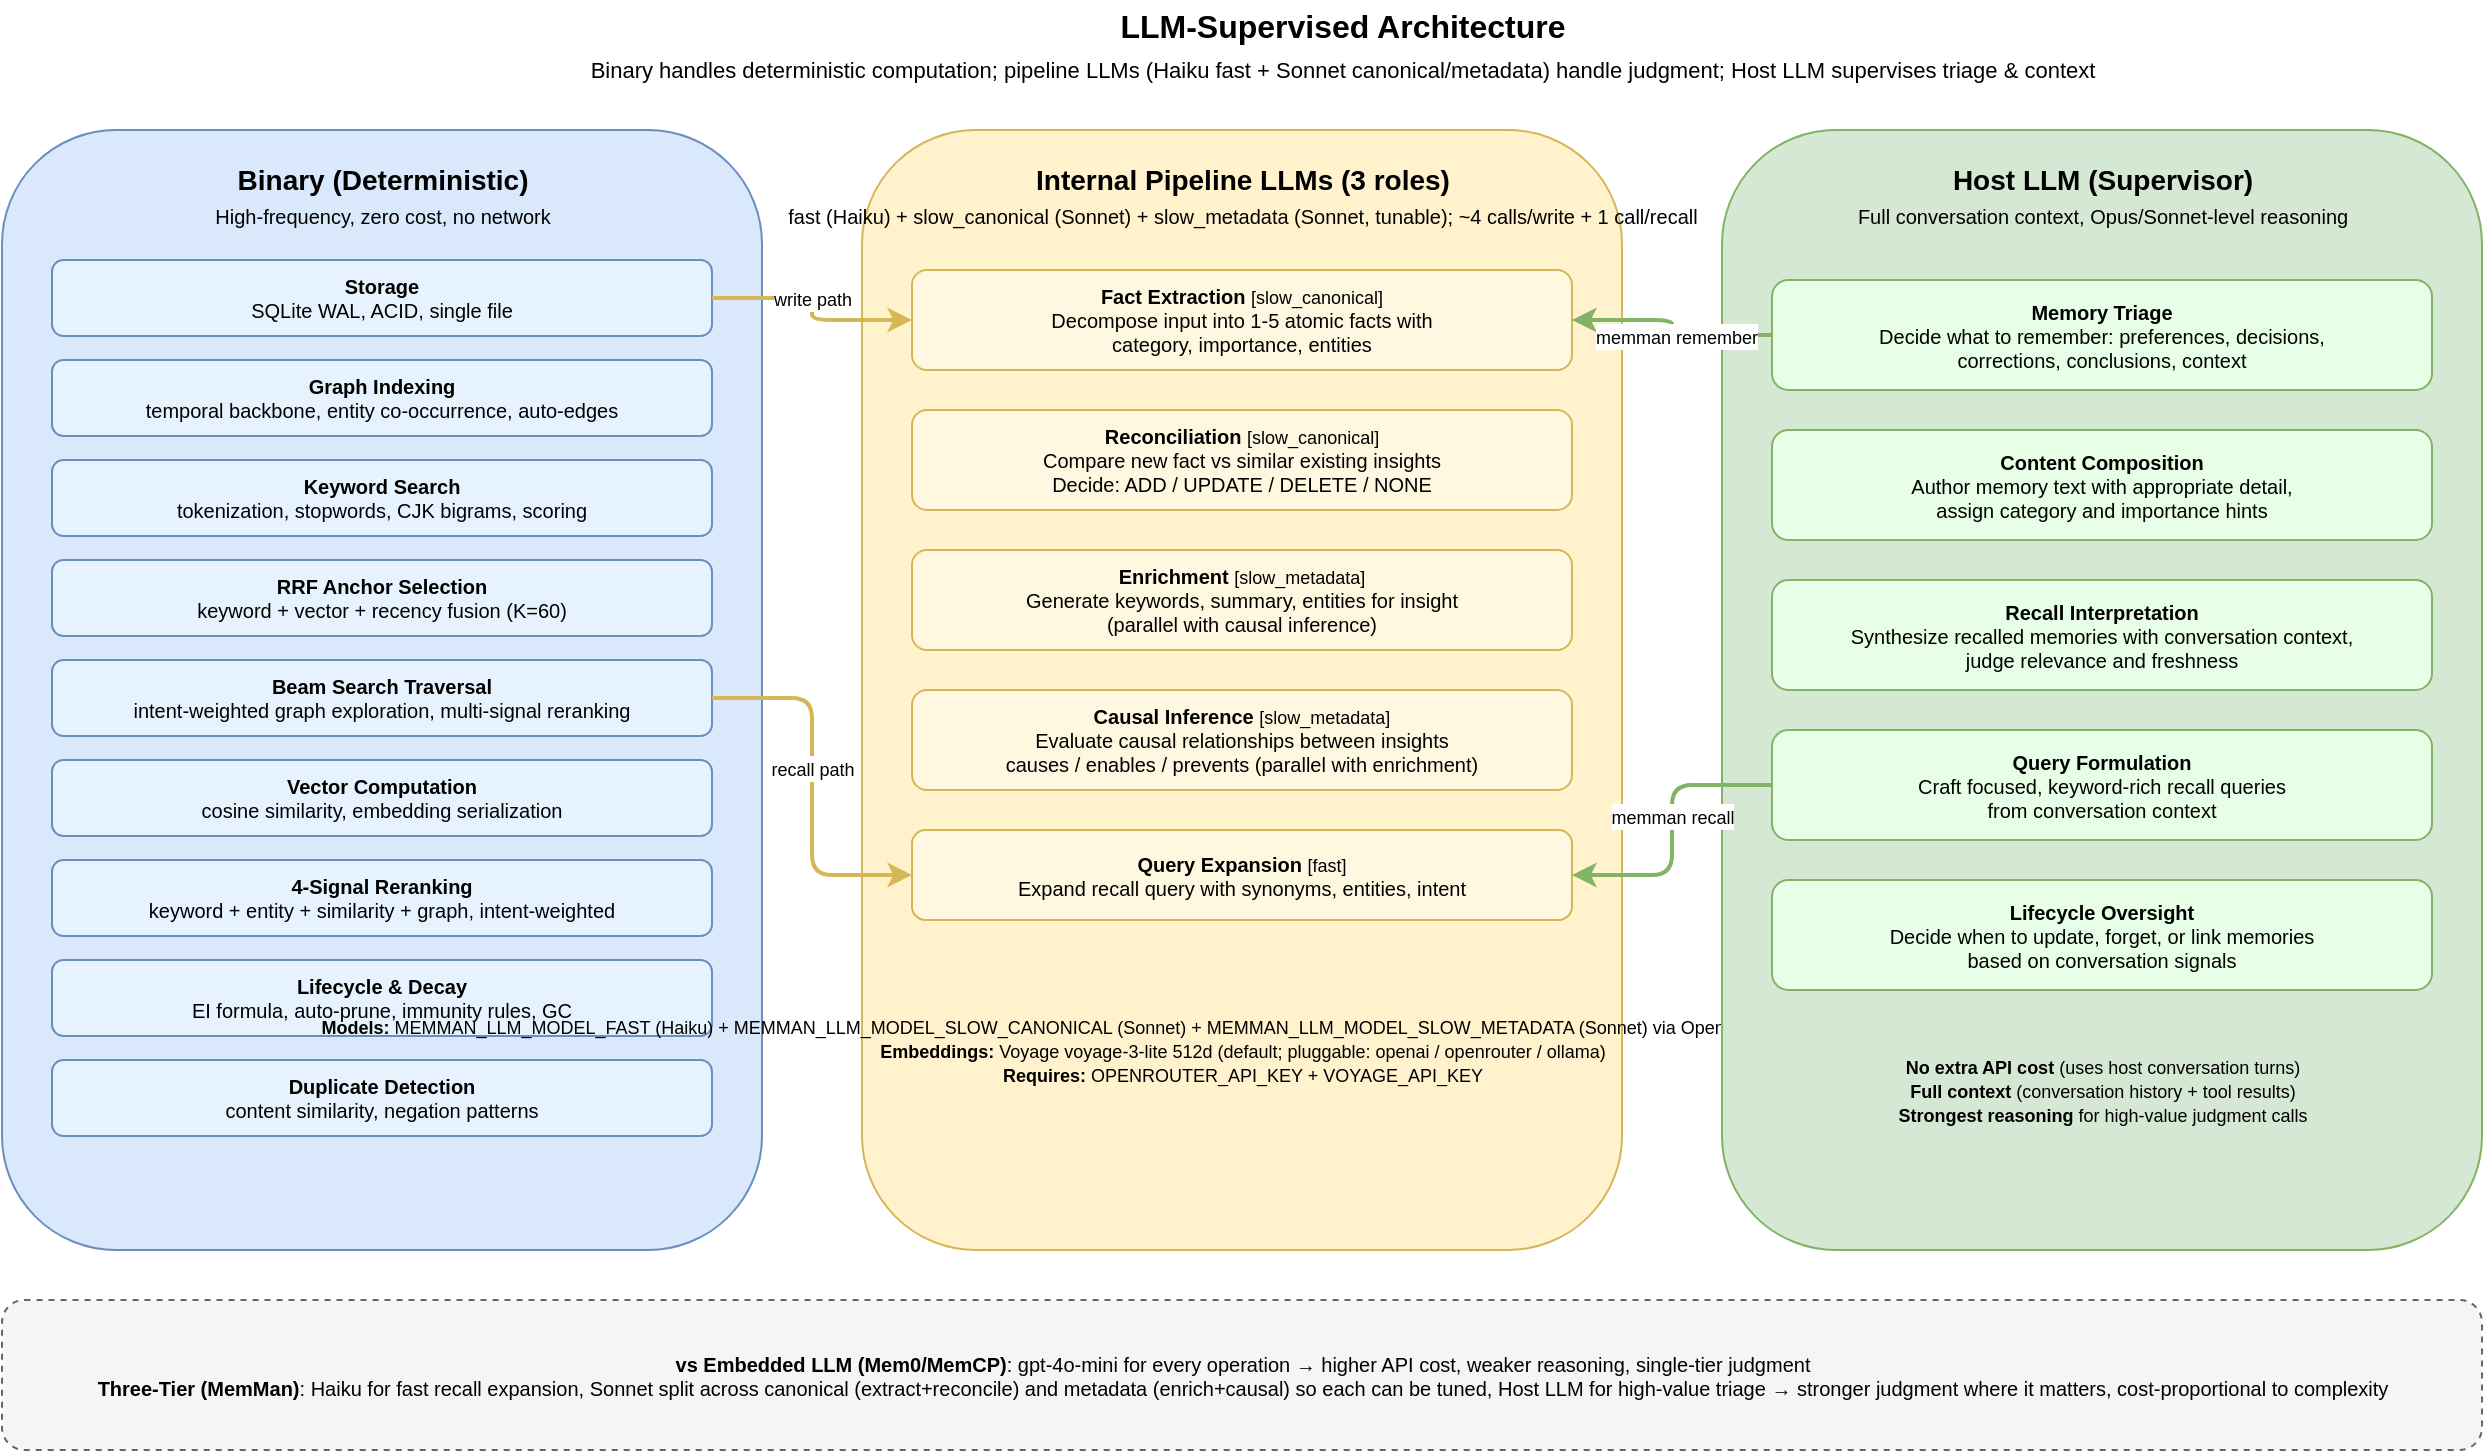
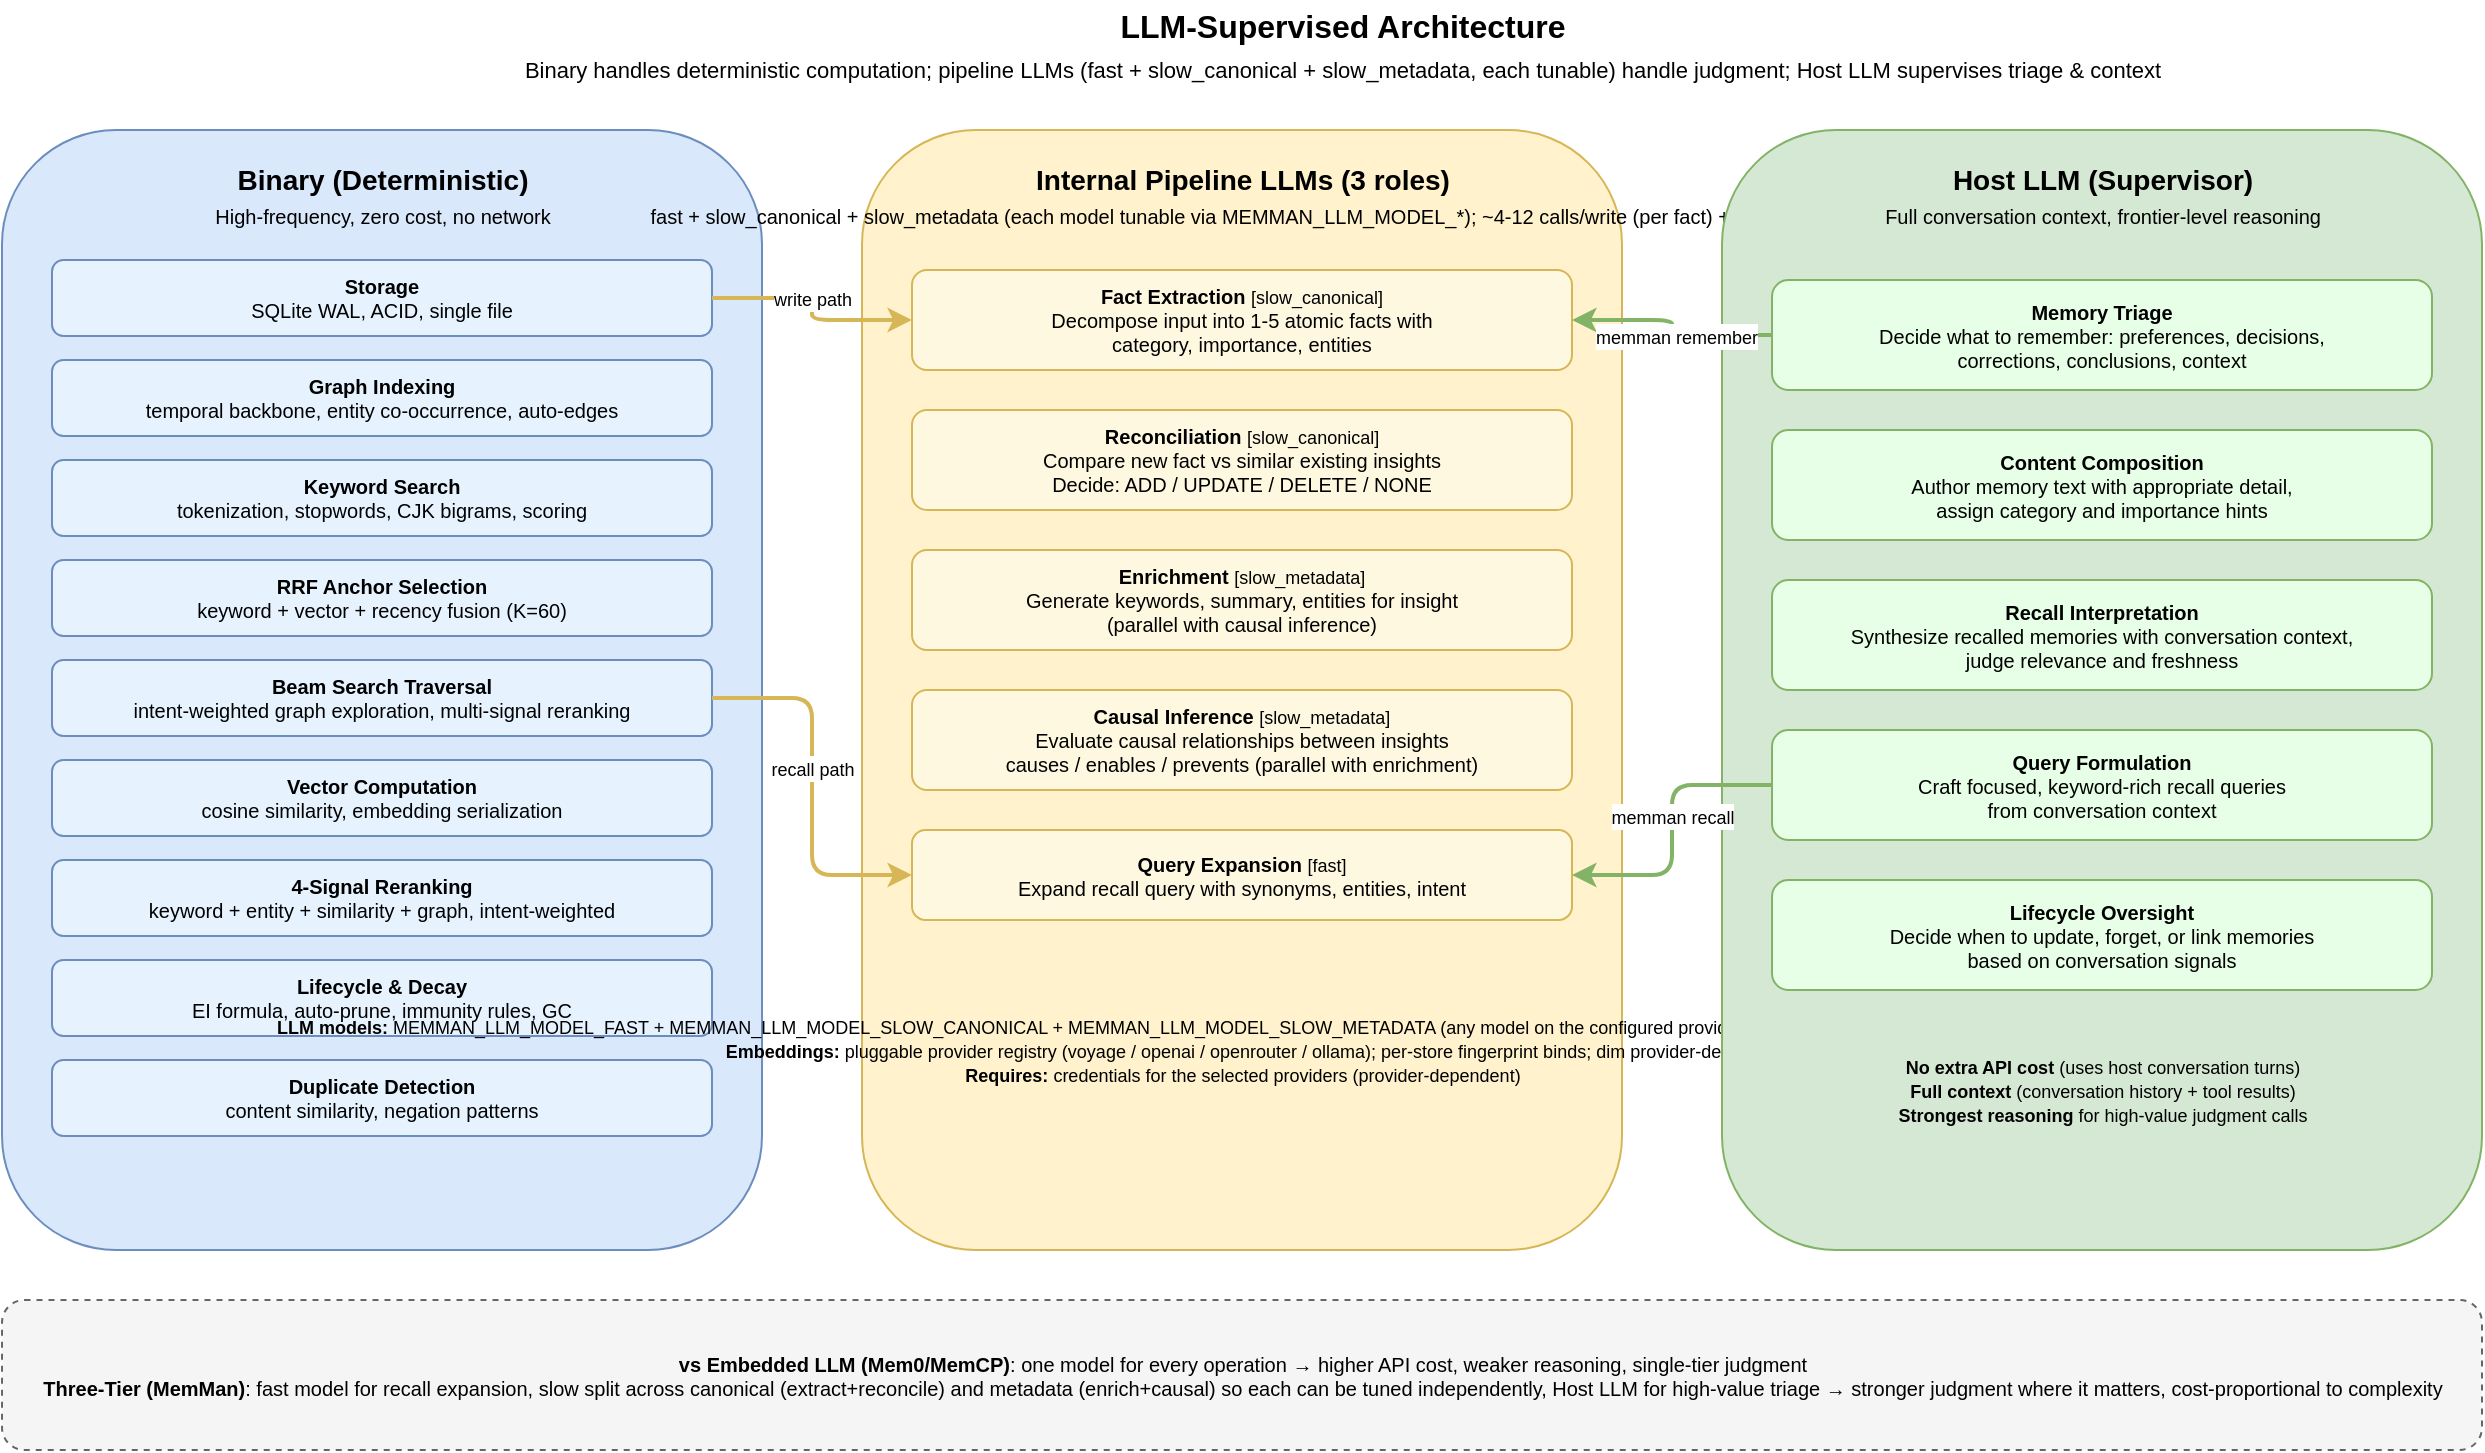
<mxfile host="app.diagrams.net" agent="Claude" version="24.0.0" type="device">
  <diagram id="llm-supervised" name="LLM-Supervised Architecture">
    <mxGraphModel dx="1522" dy="950" grid="1" gridSize="10" guides="1" tooltips="1" connect="1" arrows="1" fold="1" page="1" pageScale="1" pageWidth="1400" pageHeight="900" math="0" shadow="0">
      <root>
        <mxCell id="0" />
        <mxCell id="1" parent="0" />
-         <mxCell id="title" value="&lt;b&gt;LLM-Supervised Architecture&lt;/b&gt;&lt;br&gt;&lt;font style=&quot;font-size:11px&quot;&gt;Binary handles deterministic computation; pipeline LLMs (Haiku fast + Sonnet canonical/metadata) handle judgment; Host LLM supervises triage &amp;amp; context&lt;/font&gt;" style="text;html=1;align=center;verticalAlign=middle;fontSize=16;strokeColor=none;fillColor=none;" vertex="1" parent="1">
+         <mxCell id="title" value="&lt;b&gt;LLM-Supervised Architecture&lt;/b&gt;&lt;br&gt;&lt;font style=&quot;font-size:11px&quot;&gt;Binary handles deterministic computation; pipeline LLMs (fast + slow_canonical + slow_metadata, each tunable) handle judgment; Host LLM supervises triage &amp;amp; context&lt;/font&gt;" style="text;html=1;align=center;verticalAlign=middle;fontSize=16;strokeColor=none;fillColor=none;" vertex="1" parent="1">
          <mxGeometry x="150" y="10" width="1100" height="45" as="geometry" />
        </mxCell>

        <mxCell id="bin_box" value="" style="rounded=1;whiteSpace=wrap;html=1;fillColor=#dae8fc;strokeColor=#6c8ebf;verticalAlign=top;fontSize=11;" vertex="1" parent="1">
          <mxGeometry x="30" y="75" width="380" height="560" as="geometry" />
        </mxCell>
        <mxCell id="bin_title" value="&lt;b&gt;Binary (Deterministic)&lt;/b&gt;&lt;br&gt;&lt;font style=&quot;font-size:10px&quot;&gt;High-frequency, zero cost, no network&lt;/font&gt;" style="text;html=1;align=center;fontSize=14;fillColor=none;strokeColor=none;" vertex="1" parent="1">
          <mxGeometry x="55" y="85" width="330" height="40" as="geometry" />
        </mxCell>
        <mxCell id="b1" value="&lt;b&gt;Storage&lt;/b&gt;&lt;br&gt;SQLite WAL, ACID, single file" style="rounded=1;whiteSpace=wrap;html=1;fillColor=#E6F3FF;strokeColor=#6c8ebf;fontSize=10;" vertex="1" parent="1">
          <mxGeometry x="55" y="140" width="330" height="38" as="geometry" />
        </mxCell>
        <mxCell id="b2" value="&lt;b&gt;Graph Indexing&lt;/b&gt;&lt;br&gt;temporal backbone, entity co-occurrence, auto-edges" style="rounded=1;whiteSpace=wrap;html=1;fillColor=#E6F3FF;strokeColor=#6c8ebf;fontSize=10;" vertex="1" parent="1">
          <mxGeometry x="55" y="190" width="330" height="38" as="geometry" />
        </mxCell>
        <mxCell id="b3" value="&lt;b&gt;Keyword Search&lt;/b&gt;&lt;br&gt;tokenization, stopwords, CJK bigrams, scoring" style="rounded=1;whiteSpace=wrap;html=1;fillColor=#E6F3FF;strokeColor=#6c8ebf;fontSize=10;" vertex="1" parent="1">
          <mxGeometry x="55" y="240" width="330" height="38" as="geometry" />
        </mxCell>
        <mxCell id="b4" value="&lt;b&gt;RRF Anchor Selection&lt;/b&gt;&lt;br&gt;keyword + vector + recency fusion (K=60)" style="rounded=1;whiteSpace=wrap;html=1;fillColor=#E6F3FF;strokeColor=#6c8ebf;fontSize=10;" vertex="1" parent="1">
          <mxGeometry x="55" y="290" width="330" height="38" as="geometry" />
        </mxCell>
        <mxCell id="b5" value="&lt;b&gt;Beam Search Traversal&lt;/b&gt;&lt;br&gt;intent-weighted graph exploration, multi-signal reranking" style="rounded=1;whiteSpace=wrap;html=1;fillColor=#E6F3FF;strokeColor=#6c8ebf;fontSize=10;" vertex="1" parent="1">
          <mxGeometry x="55" y="340" width="330" height="38" as="geometry" />
        </mxCell>
        <mxCell id="b6" value="&lt;b&gt;Vector Computation&lt;/b&gt;&lt;br&gt;cosine similarity, embedding serialization" style="rounded=1;whiteSpace=wrap;html=1;fillColor=#E6F3FF;strokeColor=#6c8ebf;fontSize=10;" vertex="1" parent="1">
          <mxGeometry x="55" y="390" width="330" height="38" as="geometry" />
        </mxCell>
        <mxCell id="b7" value="&lt;b&gt;4-Signal Reranking&lt;/b&gt;&lt;br&gt;keyword + entity + similarity + graph, intent-weighted" style="rounded=1;whiteSpace=wrap;html=1;fillColor=#E6F3FF;strokeColor=#6c8ebf;fontSize=10;" vertex="1" parent="1">
          <mxGeometry x="55" y="440" width="330" height="38" as="geometry" />
        </mxCell>
        <mxCell id="b8" value="&lt;b&gt;Lifecycle &amp;amp; Decay&lt;/b&gt;&lt;br&gt;EI formula, auto-prune, immunity rules, GC" style="rounded=1;whiteSpace=wrap;html=1;fillColor=#E6F3FF;strokeColor=#6c8ebf;fontSize=10;" vertex="1" parent="1">
          <mxGeometry x="55" y="490" width="330" height="38" as="geometry" />
        </mxCell>
        <mxCell id="b9" value="&lt;b&gt;Duplicate Detection&lt;/b&gt;&lt;br&gt;content similarity, negation patterns" style="rounded=1;whiteSpace=wrap;html=1;fillColor=#E6F3FF;strokeColor=#6c8ebf;fontSize=10;" vertex="1" parent="1">
          <mxGeometry x="55" y="540" width="330" height="38" as="geometry" />
        </mxCell>

        <mxCell id="haiku_box" value="" style="rounded=1;whiteSpace=wrap;html=1;fillColor=#fff2cc;strokeColor=#d6b656;verticalAlign=top;fontSize=11;" vertex="1" parent="1">
          <mxGeometry x="460" y="75" width="380" height="560" as="geometry" />
        </mxCell>
-         <mxCell id="haiku_title" value="&lt;b&gt;Internal Pipeline LLMs (3 roles)&lt;/b&gt;&lt;br&gt;&lt;font style=&quot;font-size:10px&quot;&gt;fast (Haiku) + slow_canonical (Sonnet) + slow_metadata (Sonnet, tunable); ~4 calls/write + 1 call/recall&lt;/font&gt;" style="text;html=1;align=center;fontSize=14;fillColor=none;strokeColor=none;" vertex="1" parent="1">
+         <mxCell id="haiku_title" value="&lt;b&gt;Internal Pipeline LLMs (3 roles)&lt;/b&gt;&lt;br&gt;&lt;font style=&quot;font-size:10px&quot;&gt;fast + slow_canonical + slow_metadata (each model tunable via MEMMAN_LLM_MODEL_*); ~4-12 calls/write (per fact) + 1 call/recall&lt;/font&gt;" style="text;html=1;align=center;fontSize=14;fillColor=none;strokeColor=none;" vertex="1" parent="1">
          <mxGeometry x="485" y="85" width="330" height="40" as="geometry" />
        </mxCell>
        <mxCell id="h1" value="&lt;b&gt;Fact Extraction&lt;/b&gt; &lt;font style=&quot;font-size:9px&quot;&gt;[slow_canonical]&lt;/font&gt;&lt;br&gt;Decompose input into 1-5 atomic facts with&lt;br&gt;category, importance, entities" style="rounded=1;whiteSpace=wrap;html=1;fillColor=#FFF8E1;strokeColor=#d6b656;fontSize=10;" vertex="1" parent="1">
          <mxGeometry x="485" y="145" width="330" height="50" as="geometry" />
        </mxCell>
        <mxCell id="h2" value="&lt;b&gt;Reconciliation&lt;/b&gt; &lt;font style=&quot;font-size:9px&quot;&gt;[slow_canonical]&lt;/font&gt;&lt;br&gt;Compare new fact vs similar existing insights&lt;br&gt;Decide: ADD / UPDATE / DELETE / NONE" style="rounded=1;whiteSpace=wrap;html=1;fillColor=#FFF8E1;strokeColor=#d6b656;fontSize=10;" vertex="1" parent="1">
          <mxGeometry x="485" y="215" width="330" height="50" as="geometry" />
        </mxCell>
        <mxCell id="h3" value="&lt;b&gt;Enrichment&lt;/b&gt; &lt;font style=&quot;font-size:9px&quot;&gt;[slow_metadata]&lt;/font&gt;&lt;br&gt;Generate keywords, summary, entities for insight&lt;br&gt;(parallel with causal inference)" style="rounded=1;whiteSpace=wrap;html=1;fillColor=#FFF8E1;strokeColor=#d6b656;fontSize=10;" vertex="1" parent="1">
          <mxGeometry x="485" y="285" width="330" height="50" as="geometry" />
        </mxCell>
        <mxCell id="h4" value="&lt;b&gt;Causal Inference&lt;/b&gt; &lt;font style=&quot;font-size:9px&quot;&gt;[slow_metadata]&lt;/font&gt;&lt;br&gt;Evaluate causal relationships between insights&lt;br&gt;causes / enables / prevents (parallel with enrichment)" style="rounded=1;whiteSpace=wrap;html=1;fillColor=#FFF8E1;strokeColor=#d6b656;fontSize=10;" vertex="1" parent="1">
          <mxGeometry x="485" y="355" width="330" height="50" as="geometry" />
        </mxCell>
        <mxCell id="h5" value="&lt;b&gt;Query Expansion&lt;/b&gt; &lt;font style=&quot;font-size:9px&quot;&gt;[fast]&lt;/font&gt;&lt;br&gt;Expand recall query with synonyms, entities, intent" style="rounded=1;whiteSpace=wrap;html=1;fillColor=#FFF8E1;strokeColor=#d6b656;fontSize=10;" vertex="1" parent="1">
          <mxGeometry x="485" y="425" width="330" height="45" as="geometry" />
        </mxCell>

-         <mxCell id="haiku_note" value="&lt;font style=&quot;font-size:9px&quot;&gt;&lt;b&gt;Models:&lt;/b&gt; MEMMAN_LLM_MODEL_FAST (Haiku) + MEMMAN_LLM_MODEL_SLOW_CANONICAL (Sonnet) + MEMMAN_LLM_MODEL_SLOW_METADATA (Sonnet) via OpenRouter; resolved at install, persisted in ~/.memman/env&lt;br&gt;&lt;b&gt;Embeddings:&lt;/b&gt; Voyage voyage-3-lite 512d (default; pluggable: openai / openrouter / ollama)&lt;br&gt;&lt;b&gt;Requires:&lt;/b&gt; OPENROUTER_API_KEY + VOYAGE_API_KEY&lt;/font&gt;" style="text;html=1;align=center;fontSize=10;fillColor=none;strokeColor=none;verticalAlign=middle;" vertex="1" parent="1">
+         <mxCell id="haiku_note" value="&lt;font style=&quot;font-size:9px&quot;&gt;&lt;b&gt;LLM models:&lt;/b&gt; MEMMAN_LLM_MODEL_FAST + MEMMAN_LLM_MODEL_SLOW_CANONICAL + MEMMAN_LLM_MODEL_SLOW_METADATA (any model on the configured provider endpoint); resolved at install, persisted in ~/.memman/env&lt;br&gt;&lt;b&gt;Embeddings:&lt;/b&gt; pluggable provider registry (voyage / openai / openrouter / ollama); per-store fingerprint binds; dim provider-defined&lt;br&gt;&lt;b&gt;Requires:&lt;/b&gt; credentials for the selected providers (provider-dependent)&lt;/font&gt;" style="text;html=1;align=center;fontSize=10;fillColor=none;strokeColor=none;verticalAlign=middle;" vertex="1" parent="1">
          <mxGeometry x="500" y="510" width="300" height="50" as="geometry" />
        </mxCell>

        <mxCell id="host_box" value="" style="rounded=1;whiteSpace=wrap;html=1;fillColor=#d5e8d4;strokeColor=#82b366;verticalAlign=top;fontSize=11;" vertex="1" parent="1">
          <mxGeometry x="890" y="75" width="380" height="560" as="geometry" />
        </mxCell>
-         <mxCell id="host_title" value="&lt;b&gt;Host LLM (Supervisor)&lt;/b&gt;&lt;br&gt;&lt;font style=&quot;font-size:10px&quot;&gt;Full conversation context, Opus/Sonnet-level reasoning&lt;/font&gt;" style="text;html=1;align=center;fontSize=14;fillColor=none;strokeColor=none;" vertex="1" parent="1">
+         <mxCell id="host_title" value="&lt;b&gt;Host LLM (Supervisor)&lt;/b&gt;&lt;br&gt;&lt;font style=&quot;font-size:10px&quot;&gt;Full conversation context, frontier-level reasoning&lt;/font&gt;" style="text;html=1;align=center;fontSize=14;fillColor=none;strokeColor=none;" vertex="1" parent="1">
          <mxGeometry x="915" y="85" width="330" height="40" as="geometry" />
        </mxCell>
        <mxCell id="l1" value="&lt;b&gt;Memory Triage&lt;/b&gt;&lt;br&gt;Decide what to remember: preferences, decisions,&lt;br&gt;corrections, conclusions, context" style="rounded=1;whiteSpace=wrap;html=1;fillColor=#E6FFE6;strokeColor=#82b366;fontSize=10;" vertex="1" parent="1">
          <mxGeometry x="915" y="150" width="330" height="55" as="geometry" />
        </mxCell>
        <mxCell id="l2" value="&lt;b&gt;Content Composition&lt;/b&gt;&lt;br&gt;Author memory text with appropriate detail,&lt;br&gt;assign category and importance hints" style="rounded=1;whiteSpace=wrap;html=1;fillColor=#E6FFE6;strokeColor=#82b366;fontSize=10;" vertex="1" parent="1">
          <mxGeometry x="915" y="225" width="330" height="55" as="geometry" />
        </mxCell>
        <mxCell id="l3" value="&lt;b&gt;Recall Interpretation&lt;/b&gt;&lt;br&gt;Synthesize recalled memories with conversation context,&lt;br&gt;judge relevance and freshness" style="rounded=1;whiteSpace=wrap;html=1;fillColor=#E6FFE6;strokeColor=#82b366;fontSize=10;" vertex="1" parent="1">
          <mxGeometry x="915" y="300" width="330" height="55" as="geometry" />
        </mxCell>
        <mxCell id="l4" value="&lt;b&gt;Query Formulation&lt;/b&gt;&lt;br&gt;Craft focused, keyword-rich recall queries&lt;br&gt;from conversation context" style="rounded=1;whiteSpace=wrap;html=1;fillColor=#E6FFE6;strokeColor=#82b366;fontSize=10;" vertex="1" parent="1">
          <mxGeometry x="915" y="375" width="330" height="55" as="geometry" />
        </mxCell>
        <mxCell id="l5" value="&lt;b&gt;Lifecycle Oversight&lt;/b&gt;&lt;br&gt;Decide when to update, forget, or link memories&lt;br&gt;based on conversation signals" style="rounded=1;whiteSpace=wrap;html=1;fillColor=#E6FFE6;strokeColor=#82b366;fontSize=10;" vertex="1" parent="1">
          <mxGeometry x="915" y="450" width="330" height="55" as="geometry" />
        </mxCell>

        <mxCell id="host_note" value="&lt;font style=&quot;font-size:9px&quot;&gt;&lt;b&gt;No extra API cost&lt;/b&gt; (uses host conversation turns)&lt;br&gt;&lt;b&gt;Full context&lt;/b&gt; (conversation history + tool results)&lt;br&gt;&lt;b&gt;Strongest reasoning&lt;/b&gt; for high-value judgment calls&lt;/font&gt;" style="text;html=1;align=center;fontSize=10;fillColor=none;strokeColor=none;verticalAlign=middle;" vertex="1" parent="1">
          <mxGeometry x="930" y="530" width="300" height="50" as="geometry" />
        </mxCell>

        <mxCell id="arrow_write" value="" style="edgeStyle=orthogonalEdgeStyle;rounded=1;strokeColor=#d6b656;strokeWidth=2;exitX=1;exitY=0.5;exitDx=0;exitDy=0;entryX=0;entryY=0.5;entryDx=0;entryDy=0;" edge="1" parent="1" source="b1" target="h1">
          <mxGeometry relative="1" as="geometry" />
        </mxCell>
        <mxCell id="arrow_write_label" value="&lt;font style=&quot;font-size:9px&quot;&gt;write path&lt;/font&gt;" style="edgeLabel;html=1;align=center;verticalAlign=middle;" vertex="1" connectable="0" parent="arrow_write">
          <mxGeometry x="-0.1" relative="1" as="geometry"><mxPoint as="offset" /></mxGeometry>
        </mxCell>

        <mxCell id="arrow_recall" value="" style="edgeStyle=orthogonalEdgeStyle;rounded=1;strokeColor=#d6b656;strokeWidth=2;exitX=1;exitY=0.5;exitDx=0;exitDy=0;entryX=0;entryY=0.5;entryDx=0;entryDy=0;" edge="1" parent="1" source="b5" target="h5">
          <mxGeometry relative="1" as="geometry" />
        </mxCell>
        <mxCell id="arrow_recall_label" value="&lt;font style=&quot;font-size:9px&quot;&gt;recall path&lt;/font&gt;" style="edgeLabel;html=1;align=center;verticalAlign=middle;" vertex="1" connectable="0" parent="arrow_recall">
          <mxGeometry x="-0.1" relative="1" as="geometry"><mxPoint as="offset" /></mxGeometry>
        </mxCell>

        <mxCell id="arrow_host_remember" value="" style="edgeStyle=orthogonalEdgeStyle;rounded=1;strokeColor=#82b366;strokeWidth=2;exitX=0;exitY=0.5;exitDx=0;exitDy=0;entryX=1;entryY=0.5;entryDx=0;entryDy=0;" edge="1" parent="1" source="l1" target="h1">
          <mxGeometry relative="1" as="geometry" />
        </mxCell>
        <mxCell id="arrow_host_remember_label" value="&lt;font style=&quot;font-size:9px&quot;&gt;memman remember&lt;/font&gt;" style="edgeLabel;html=1;align=center;verticalAlign=middle;" vertex="1" connectable="0" parent="arrow_host_remember">
          <mxGeometry x="-0.1" relative="1" as="geometry"><mxPoint as="offset" /></mxGeometry>
        </mxCell>

        <mxCell id="arrow_host_recall" value="" style="edgeStyle=orthogonalEdgeStyle;rounded=1;strokeColor=#82b366;strokeWidth=2;exitX=0;exitY=0.5;exitDx=0;exitDy=0;entryX=1;entryY=0.5;entryDx=0;entryDy=0;" edge="1" parent="1" source="l4" target="h5">
          <mxGeometry relative="1" as="geometry" />
        </mxCell>
        <mxCell id="arrow_host_recall_label" value="&lt;font style=&quot;font-size:9px&quot;&gt;memman recall&lt;/font&gt;" style="edgeLabel;html=1;align=center;verticalAlign=middle;" vertex="1" connectable="0" parent="arrow_host_recall">
          <mxGeometry x="-0.1" relative="1" as="geometry"><mxPoint as="offset" /></mxGeometry>
        </mxCell>

        <mxCell id="cmp_box" value="" style="rounded=1;whiteSpace=wrap;html=1;fillColor=#f5f5f5;strokeColor=#666666;dashed=1;" vertex="1" parent="1">
          <mxGeometry x="30" y="660" width="1240" height="75" as="geometry" />
        </mxCell>
-         <mxCell id="cmp" value="&lt;b&gt;vs Embedded LLM (Mem0/MemCP)&lt;/b&gt;: gpt-4o-mini for every operation &amp;rarr; higher API cost, weaker reasoning, single-tier judgment&lt;br&gt;&lt;b&gt;Three-Tier (MemMan)&lt;/b&gt;: Haiku for fast recall expansion, Sonnet split across canonical (extract+reconcile) and metadata (enrich+causal) so each can be tuned, Host LLM for high-value triage &amp;rarr; stronger judgment where it matters, cost-proportional to complexity" style="text;html=1;align=center;fontSize=10;fillColor=none;strokeColor=none;verticalAlign=middle;" vertex="1" parent="1">
+         <mxCell id="cmp" value="&lt;b&gt;vs Embedded LLM (Mem0/MemCP)&lt;/b&gt;: one model for every operation &amp;rarr; higher API cost, weaker reasoning, single-tier judgment&lt;br&gt;&lt;b&gt;Three-Tier (MemMan)&lt;/b&gt;: fast model for recall expansion, slow split across canonical (extract+reconcile) and metadata (enrich+causal) so each can be tuned independently, Host LLM for high-value triage &amp;rarr; stronger judgment where it matters, cost-proportional to complexity" style="text;html=1;align=center;fontSize=10;fillColor=none;strokeColor=none;verticalAlign=middle;" vertex="1" parent="1">
          <mxGeometry x="50" y="668" width="1200" height="60" as="geometry" />
        </mxCell>
      </root>
    </mxGraphModel>
  </diagram>
</mxfile>
